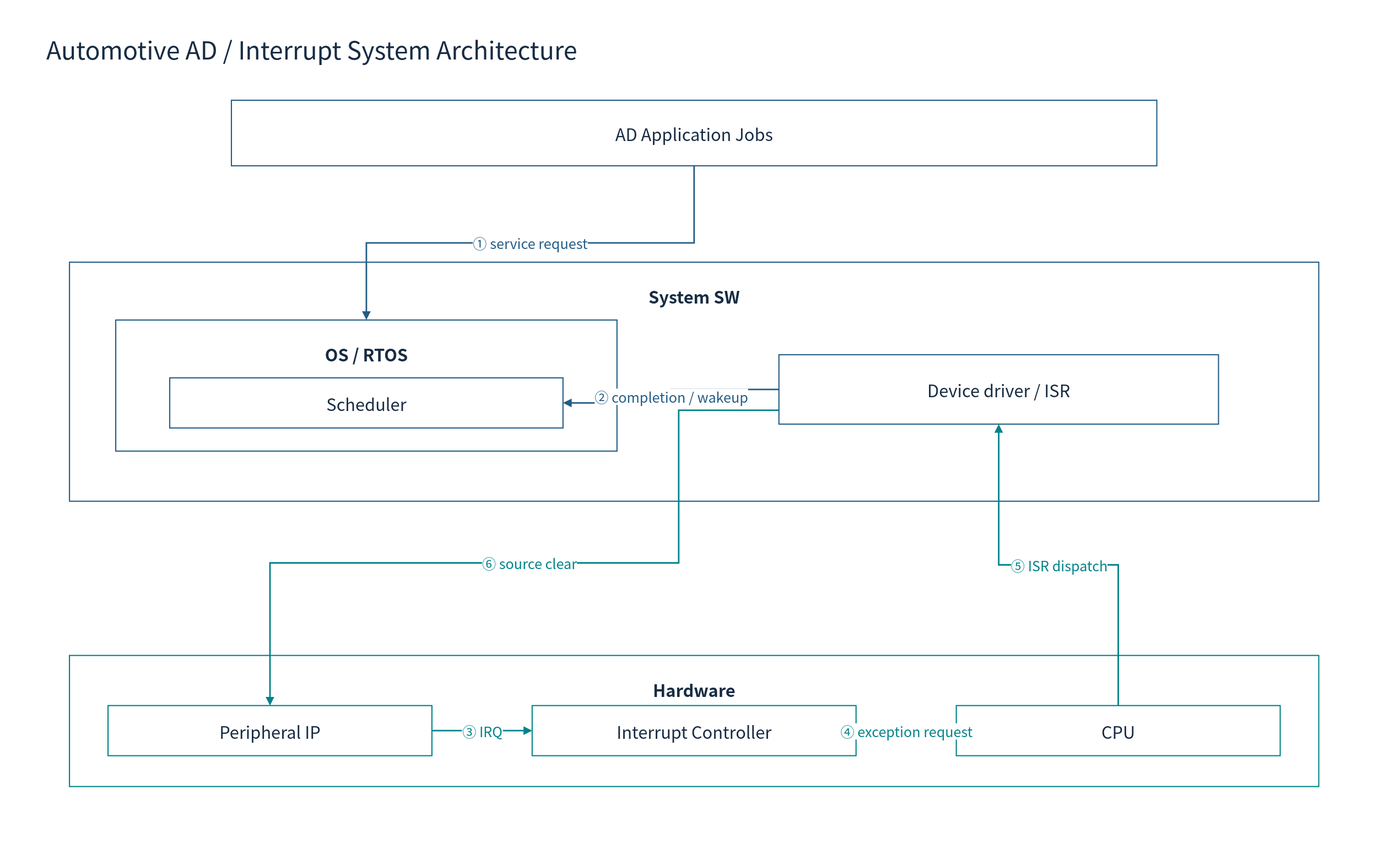
cometzero/project-apollo keeps this draw.io diagram as doc/phase1/interrupt/diagrams/00-system.drawio.svg. Above is the earlier version. Source tidied: cells renumbered, new cells last; positions are measured from the earlier drawing's top-left corner, leaving out a move shared by most shapes. The source it was exported from:
```xml
<mxGraphModel background="#FFFFFF">
  <root>
    <mxCell id="0" />
    <mxCell id="1" parent="0" />
    <mxCell id="2" style="rounded=0;whiteSpace=wrap;html=1;fillColor=#FFFFFF;strokeColor=none;strokeWidth=1.5;fontColor=#172C43;fontFamily=Noto Sans CJK KR;fontSize=22;spacing=10;" parent="1" vertex="1">
      <mxGeometry width="1800" height="1100" as="geometry" />
    </mxCell>
    <mxCell id="3" value="Automotive AD / Interrupt System Architecture" style="rounded=0;whiteSpace=wrap;html=1;fillColor=#FFFFFF;strokeColor=none;strokeWidth=1.5;fontColor=#172C43;fontFamily=Noto Sans CJK KR;fontSize=22;spacing=10;fontSize=32;align=left;" parent="1" vertex="1">
      <mxGeometry x="50" y="30" width="1700" height="65" as="geometry" />
    </mxCell>
    <mxCell id="4" value="AD Application Jobs" style="rounded=0;whiteSpace=wrap;html=1;fillColor=#FFFFFF;strokeColor=#235D86;strokeWidth=1.5;fontColor=#172C43;fontFamily=Noto Sans CJK KR;fontSize=22;spacing=10;" parent="1" vertex="1">
      <mxGeometry x="300" y="130" width="1200" height="85" as="geometry" />
    </mxCell>
    <mxCell id="5" value="System SW" style="rounded=0;whiteSpace=wrap;html=1;fillColor=#FFFFFF;strokeColor=#235D86;strokeWidth=1.5;fontColor=#172C43;fontFamily=Noto Sans CJK KR;fontSize=22;spacing=10;verticalAlign=top;fontStyle=1;spacingTop=16;" parent="1" vertex="1">
      <mxGeometry x="90" y="340" width="1620" height="310" as="geometry" />
    </mxCell>
    <mxCell id="6" value="OS / RTOS" style="rounded=0;whiteSpace=wrap;html=1;fillColor=#FFFFFF;strokeColor=#235D86;strokeWidth=1.5;fontColor=#172C43;fontFamily=Noto Sans CJK KR;fontSize=22;spacing=10;verticalAlign=top;fontStyle=1;spacingTop=16;" parent="1" vertex="1">
      <mxGeometry x="150" y="415" width="650" height="170" as="geometry" />
    </mxCell>
    <mxCell id="7" value="Scheduler" style="rounded=0;whiteSpace=wrap;html=1;fillColor=#FFFFFF;strokeColor=#235D86;strokeWidth=1.5;fontColor=#172C43;fontFamily=Noto Sans CJK KR;fontSize=22;spacing=10;" parent="1" vertex="1">
      <mxGeometry x="220" y="490" width="510" height="65" as="geometry" />
    </mxCell>
    <mxCell id="8" value="Device driver / ISR" style="rounded=0;whiteSpace=wrap;html=1;fillColor=#FFFFFF;strokeColor=#235D86;strokeWidth=1.5;fontColor=#172C43;fontFamily=Noto Sans CJK KR;fontSize=22;spacing=10;" parent="1" vertex="1">
      <mxGeometry x="1010" y="460" width="570" height="90" as="geometry" />
    </mxCell>
    <mxCell id="9" value="Hardware" style="rounded=0;whiteSpace=wrap;html=1;fillColor=#FFFFFF;strokeColor=#00838A;strokeWidth=1.5;fontColor=#172C43;fontFamily=Noto Sans CJK KR;fontSize=22;spacing=10;verticalAlign=top;fontStyle=1;spacingTop=16;" parent="1" vertex="1">
      <mxGeometry x="90" y="850" width="1620" height="170" as="geometry" />
    </mxCell>
    <mxCell id="10" value="Peripheral IP" style="rounded=0;whiteSpace=wrap;html=1;fillColor=#FFFFFF;strokeColor=#00838A;strokeWidth=1.5;fontColor=#172C43;fontFamily=Noto Sans CJK KR;fontSize=22;spacing=10;" parent="1" vertex="1">
      <mxGeometry x="140" y="915" width="420" height="65" as="geometry" />
    </mxCell>
    <mxCell id="11" value="Interrupt Controller" style="rounded=0;whiteSpace=wrap;html=1;fillColor=#FFFFFF;strokeColor=#00838A;strokeWidth=1.5;fontColor=#172C43;fontFamily=Noto Sans CJK KR;fontSize=22;spacing=10;" parent="1" vertex="1">
      <mxGeometry x="690" y="915" width="420" height="65" as="geometry" />
    </mxCell>
    <mxCell id="12" value="CPU" style="rounded=0;whiteSpace=wrap;html=1;fillColor=#FFFFFF;strokeColor=#00838A;strokeWidth=1.5;fontColor=#172C43;fontFamily=Noto Sans CJK KR;fontSize=22;spacing=10;" parent="1" vertex="1">
      <mxGeometry x="1240" y="915" width="420" height="65" as="geometry" />
    </mxCell>
    <mxCell id="13" value="① service request" style="edgeStyle=orthogonalEdgeStyle;rounded=0;html=1;endArrow=block;endFill=1;strokeWidth=2;strokeColor=#235D86;fontColor=#235D86;fontFamily=Noto Sans CJK KR;fontSize=18;labelBackgroundColor=#FFFFFF;" parent="1" edge="1" source="4" target="6">
      <mxGeometry relative="1" as="geometry" />
    </mxCell>
    <mxCell id="14" value="② completion / wakeup" style="edgeStyle=orthogonalEdgeStyle;rounded=0;html=1;endArrow=block;endFill=1;strokeWidth=2;strokeColor=#235D86;fontColor=#235D86;fontFamily=Noto Sans CJK KR;fontSize=18;labelBackgroundColor=#FFFFFF;" parent="1" edge="1" source="8" target="7">
      <mxGeometry relative="1" as="geometry" />
    </mxCell>
    <mxCell id="15" value="③ IRQ" style="edgeStyle=orthogonalEdgeStyle;rounded=0;html=1;endArrow=block;endFill=1;strokeWidth=2;strokeColor=#00838A;fontColor=#00838A;fontFamily=Noto Sans CJK KR;fontSize=18;labelBackgroundColor=#FFFFFF;" parent="1" edge="1" source="10" target="11">
      <mxGeometry relative="1" as="geometry" />
    </mxCell>
    <mxCell id="16" value="④ exception request" style="edgeStyle=orthogonalEdgeStyle;rounded=0;html=1;endArrow=block;endFill=1;strokeWidth=2;strokeColor=#00838A;fontColor=#00838A;fontFamily=Noto Sans CJK KR;fontSize=18;labelBackgroundColor=#FFFFFF;" parent="1" edge="1" source="11" target="12">
      <mxGeometry relative="1" as="geometry" />
    </mxCell>
    <mxCell id="17" value="⑤ ISR dispatch" style="edgeStyle=orthogonalEdgeStyle;rounded=0;html=1;endArrow=block;endFill=1;strokeWidth=2;strokeColor=#00838A;fontColor=#00838A;fontFamily=Noto Sans CJK KR;fontSize=18;labelBackgroundColor=#FFFFFF;" parent="1" edge="1" source="12" target="8">
      <mxGeometry relative="1" as="geometry" />
    </mxCell>
    <mxCell id="18" value="⑥ source clear" style="edgeStyle=orthogonalEdgeStyle;rounded=0;html=1;endArrow=block;endFill=1;strokeWidth=2;strokeColor=#00838A;fontColor=#00838A;fontFamily=Noto Sans CJK KR;fontSize=18;labelBackgroundColor=#FFFFFF;exitX=0;exitY=0.8;entryX=0.5;entryY=0;" parent="1" edge="1" source="8" target="10">
      <mxGeometry relative="1" as="geometry">
        <Array as="points">
          <mxPoint x="880" y="730" />
          <mxPoint x="350" y="730" />
        </Array>
      </mxGeometry>
    </mxCell>
  </root>
</mxGraphModel>
```
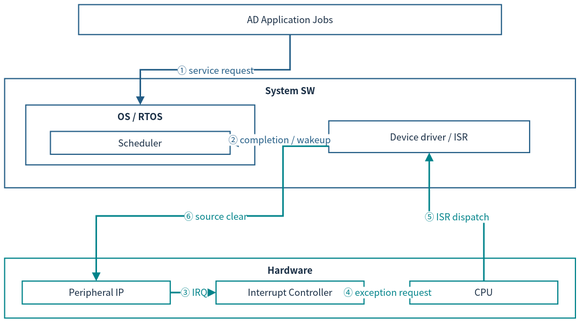
The same file after the commit.

Diff of the diagram source:
```diff
@@ -2,59 +2,53 @@
   <root>
     <mxCell id="0" />
     <mxCell id="1" parent="0" />
-    <mxCell id="2" style="rounded=0;whiteSpace=wrap;html=1;fillColor=#FFFFFF;strokeColor=none;strokeWidth=1.5;fontColor=#172C43;fontFamily=Noto Sans CJK KR;fontSize=22;spacing=10;" parent="1" vertex="1">
-      <mxGeometry width="1800" height="1100" as="geometry" />
-    </mxCell>
-    <mxCell id="3" value="Automotive AD / Interrupt System Architecture" style="rounded=0;whiteSpace=wrap;html=1;fillColor=#FFFFFF;strokeColor=none;strokeWidth=1.5;fontColor=#172C43;fontFamily=Noto Sans CJK KR;fontSize=22;spacing=10;fontSize=32;align=left;" parent="1" vertex="1">
-      <mxGeometry x="50" y="30" width="1700" height="65" as="geometry" />
-    </mxCell>
-    <mxCell id="4" value="AD Application Jobs" style="rounded=0;whiteSpace=wrap;html=1;fillColor=#FFFFFF;strokeColor=#235D86;strokeWidth=1.5;fontColor=#172C43;fontFamily=Noto Sans CJK KR;fontSize=22;spacing=10;" parent="1" vertex="1">
-      <mxGeometry x="300" y="130" width="1200" height="85" as="geometry" />
+    <mxCell id="4" value="AD Application Jobs" style="rounded=0;whiteSpace=wrap;html=1;fillColor=#FFFFFF;strokeColor=#235D86;strokeWidth=1.5;fontColor=#172C43;fontFamily=Noto Sans CJK KR;fontSize=12;spacing=3;whiteSpace=wrap;" parent="1" vertex="1">
+      <mxGeometry x="107.9" y="12" width="548.1" height="38.8" as="geometry" />
     </mxCell>
-    <mxCell id="5" value="System SW" style="rounded=0;whiteSpace=wrap;html=1;fillColor=#FFFFFF;strokeColor=#235D86;strokeWidth=1.5;fontColor=#172C43;fontFamily=Noto Sans CJK KR;fontSize=22;spacing=10;verticalAlign=top;fontStyle=1;spacingTop=16;" parent="1" vertex="1">
-      <mxGeometry x="90" y="340" width="1620" height="310" as="geometry" />
+    <mxCell id="5" value="System SW" style="rounded=0;whiteSpace=wrap;html=1;fillColor=#FFFFFF;strokeColor=#235D86;strokeWidth=1.5;fontColor=#172C43;fontFamily=Noto Sans CJK KR;verticalAlign=top;fontStyle=1;fontSize=12;spacing=3;whiteSpace=wrap;" parent="1" vertex="1">
+      <mxGeometry x="12" y="107.9" width="740" height="141.6" as="geometry" />
     </mxCell>
-    <mxCell id="6" value="OS / RTOS" style="rounded=0;whiteSpace=wrap;html=1;fillColor=#FFFFFF;strokeColor=#235D86;strokeWidth=1.5;fontColor=#172C43;fontFamily=Noto Sans CJK KR;fontSize=22;spacing=10;verticalAlign=top;fontStyle=1;spacingTop=16;" parent="1" vertex="1">
-      <mxGeometry x="150" y="415" width="650" height="170" as="geometry" />
+    <mxCell id="6" value="OS / RTOS" style="rounded=0;whiteSpace=wrap;html=1;fillColor=#FFFFFF;strokeColor=#235D86;strokeWidth=1.5;fontColor=#172C43;fontFamily=Noto Sans CJK KR;verticalAlign=top;fontStyle=1;fontSize=12;spacing=3;whiteSpace=wrap;" parent="1" vertex="1">
+      <mxGeometry x="39.4" y="142.2" width="296.9" height="77.7" as="geometry" />
     </mxCell>
-    <mxCell id="7" value="Scheduler" style="rounded=0;whiteSpace=wrap;html=1;fillColor=#FFFFFF;strokeColor=#235D86;strokeWidth=1.5;fontColor=#172C43;fontFamily=Noto Sans CJK KR;fontSize=22;spacing=10;" parent="1" vertex="1">
-      <mxGeometry x="220" y="490" width="510" height="65" as="geometry" />
+    <mxCell id="7" value="Scheduler" style="rounded=0;whiteSpace=wrap;html=1;fillColor=#FFFFFF;strokeColor=#235D86;strokeWidth=1.5;fontColor=#172C43;fontFamily=Noto Sans CJK KR;fontSize=12;spacing=3;whiteSpace=wrap;" parent="1" vertex="1">
+      <mxGeometry x="71.4" y="176.4" width="233" height="29.7" as="geometry" />
     </mxCell>
-    <mxCell id="8" value="Device driver / ISR" style="rounded=0;whiteSpace=wrap;html=1;fillColor=#FFFFFF;strokeColor=#235D86;strokeWidth=1.5;fontColor=#172C43;fontFamily=Noto Sans CJK KR;fontSize=22;spacing=10;" parent="1" vertex="1">
-      <mxGeometry x="1010" y="460" width="570" height="90" as="geometry" />
+    <mxCell id="8" value="Device driver / ISR" style="rounded=0;whiteSpace=wrap;html=1;fillColor=#FFFFFF;strokeColor=#235D86;strokeWidth=1.5;fontColor=#172C43;fontFamily=Noto Sans CJK KR;fontSize=12;spacing=3;whiteSpace=wrap;" parent="1" vertex="1">
+      <mxGeometry x="432.2" y="162.7" width="260.4" height="41.1" as="geometry" />
     </mxCell>
-    <mxCell id="9" value="Hardware" style="rounded=0;whiteSpace=wrap;html=1;fillColor=#FFFFFF;strokeColor=#00838A;strokeWidth=1.5;fontColor=#172C43;fontFamily=Noto Sans CJK KR;fontSize=22;spacing=10;verticalAlign=top;fontStyle=1;spacingTop=16;" parent="1" vertex="1">
-      <mxGeometry x="90" y="850" width="1620" height="170" as="geometry" />
+    <mxCell id="9" value="Hardware" style="rounded=0;whiteSpace=wrap;html=1;fillColor=#FFFFFF;strokeColor=#00838A;strokeWidth=1.5;fontColor=#172C43;fontFamily=Noto Sans CJK KR;verticalAlign=top;fontStyle=1;fontSize=12;spacing=3;whiteSpace=wrap;" parent="1" vertex="1">
+      <mxGeometry x="12" y="340.9" width="740" height="77.7" as="geometry" />
     </mxCell>
-    <mxCell id="10" value="Peripheral IP" style="rounded=0;whiteSpace=wrap;html=1;fillColor=#FFFFFF;strokeColor=#00838A;strokeWidth=1.5;fontColor=#172C43;fontFamily=Noto Sans CJK KR;fontSize=22;spacing=10;" parent="1" vertex="1">
-      <mxGeometry x="140" y="915" width="420" height="65" as="geometry" />
+    <mxCell id="10" value="Peripheral IP" style="rounded=0;whiteSpace=wrap;html=1;fillColor=#FFFFFF;strokeColor=#00838A;strokeWidth=1.5;fontColor=#172C43;fontFamily=Noto Sans CJK KR;fontSize=12;spacing=3;whiteSpace=wrap;" parent="1" vertex="1">
+      <mxGeometry x="34.8" y="370.6" width="191.8" height="29.7" as="geometry" />
     </mxCell>
-    <mxCell id="11" value="Interrupt Controller" style="rounded=0;whiteSpace=wrap;html=1;fillColor=#FFFFFF;strokeColor=#00838A;strokeWidth=1.5;fontColor=#172C43;fontFamily=Noto Sans CJK KR;fontSize=22;spacing=10;" parent="1" vertex="1">
-      <mxGeometry x="690" y="915" width="420" height="65" as="geometry" />
+    <mxCell id="11" value="Interrupt Controller" style="rounded=0;whiteSpace=wrap;html=1;fillColor=#FFFFFF;strokeColor=#00838A;strokeWidth=1.5;fontColor=#172C43;fontFamily=Noto Sans CJK KR;fontSize=12;spacing=3;whiteSpace=wrap;" parent="1" vertex="1">
+      <mxGeometry x="286.1" y="370.6" width="191.8" height="29.7" as="geometry" />
     </mxCell>
-    <mxCell id="12" value="CPU" style="rounded=0;whiteSpace=wrap;html=1;fillColor=#FFFFFF;strokeColor=#00838A;strokeWidth=1.5;fontColor=#172C43;fontFamily=Noto Sans CJK KR;fontSize=22;spacing=10;" parent="1" vertex="1">
-      <mxGeometry x="1240" y="915" width="420" height="65" as="geometry" />
+    <mxCell id="12" value="CPU" style="rounded=0;whiteSpace=wrap;html=1;fillColor=#FFFFFF;strokeColor=#00838A;strokeWidth=1.5;fontColor=#172C43;fontFamily=Noto Sans CJK KR;fontSize=12;spacing=3;whiteSpace=wrap;" parent="1" vertex="1">
+      <mxGeometry x="537.3" y="370.6" width="191.8" height="29.7" as="geometry" />
     </mxCell>
-    <mxCell id="13" value="① service request" style="edgeStyle=orthogonalEdgeStyle;rounded=0;html=1;endArrow=block;endFill=1;strokeWidth=2;strokeColor=#235D86;fontColor=#235D86;fontFamily=Noto Sans CJK KR;fontSize=18;labelBackgroundColor=#FFFFFF;" parent="1" edge="1" source="4" target="6">
+    <mxCell id="13" value="① service request" style="edgeStyle=orthogonalEdgeStyle;rounded=0;html=1;endArrow=block;endFill=1;strokeWidth=2;strokeColor=#235D86;fontColor=#235D86;fontFamily=Noto Sans CJK KR;labelBackgroundColor=#FFFFFF;fontSize=12;spacing=3;whiteSpace=nowrap;" parent="1" edge="1" source="4" target="6">
       <mxGeometry relative="1" as="geometry" />
     </mxCell>
-    <mxCell id="14" value="② completion / wakeup" style="edgeStyle=orthogonalEdgeStyle;rounded=0;html=1;endArrow=block;endFill=1;strokeWidth=2;strokeColor=#235D86;fontColor=#235D86;fontFamily=Noto Sans CJK KR;fontSize=18;labelBackgroundColor=#FFFFFF;" parent="1" edge="1" source="8" target="7">
+    <mxCell id="14" value="② completion / wakeup" style="edgeStyle=orthogonalEdgeStyle;rounded=0;html=1;endArrow=block;endFill=1;strokeWidth=2;strokeColor=#235D86;fontColor=#235D86;fontFamily=Noto Sans CJK KR;labelBackgroundColor=#FFFFFF;fontSize=12;spacing=3;whiteSpace=nowrap;" parent="1" edge="1" source="8" target="7">
       <mxGeometry relative="1" as="geometry" />
     </mxCell>
-    <mxCell id="15" value="③ IRQ" style="edgeStyle=orthogonalEdgeStyle;rounded=0;html=1;endArrow=block;endFill=1;strokeWidth=2;strokeColor=#00838A;fontColor=#00838A;fontFamily=Noto Sans CJK KR;fontSize=18;labelBackgroundColor=#FFFFFF;" parent="1" edge="1" source="10" target="11">
+    <mxCell id="15" value="③ IRQ" style="edgeStyle=orthogonalEdgeStyle;rounded=0;html=1;endArrow=block;endFill=1;strokeWidth=2;strokeColor=#00838A;fontColor=#00838A;fontFamily=Noto Sans CJK KR;labelBackgroundColor=#FFFFFF;fontSize=12;spacing=3;whiteSpace=nowrap;" parent="1" edge="1" source="10" target="11">
       <mxGeometry relative="1" as="geometry" />
     </mxCell>
-    <mxCell id="16" value="④ exception request" style="edgeStyle=orthogonalEdgeStyle;rounded=0;html=1;endArrow=block;endFill=1;strokeWidth=2;strokeColor=#00838A;fontColor=#00838A;fontFamily=Noto Sans CJK KR;fontSize=18;labelBackgroundColor=#FFFFFF;" parent="1" edge="1" source="11" target="12">
+    <mxCell id="16" value="④ exception request" style="edgeStyle=orthogonalEdgeStyle;rounded=0;html=1;endArrow=block;endFill=1;strokeWidth=2;strokeColor=#00838A;fontColor=#00838A;fontFamily=Noto Sans CJK KR;labelBackgroundColor=#FFFFFF;fontSize=12;spacing=3;whiteSpace=nowrap;" parent="1" edge="1" source="11" target="12">
       <mxGeometry relative="1" as="geometry" />
     </mxCell>
-    <mxCell id="17" value="⑤ ISR dispatch" style="edgeStyle=orthogonalEdgeStyle;rounded=0;html=1;endArrow=block;endFill=1;strokeWidth=2;strokeColor=#00838A;fontColor=#00838A;fontFamily=Noto Sans CJK KR;fontSize=18;labelBackgroundColor=#FFFFFF;" parent="1" edge="1" source="12" target="8">
+    <mxCell id="17" value="⑤ ISR dispatch" style="edgeStyle=orthogonalEdgeStyle;rounded=0;html=1;endArrow=block;endFill=1;strokeWidth=2;strokeColor=#00838A;fontColor=#00838A;fontFamily=Noto Sans CJK KR;labelBackgroundColor=#FFFFFF;fontSize=12;spacing=3;whiteSpace=nowrap;" parent="1" edge="1" source="12" target="8">
       <mxGeometry relative="1" as="geometry" />
     </mxCell>
-    <mxCell id="18" value="⑥ source clear" style="edgeStyle=orthogonalEdgeStyle;rounded=0;html=1;endArrow=block;endFill=1;strokeWidth=2;strokeColor=#00838A;fontColor=#00838A;fontFamily=Noto Sans CJK KR;fontSize=18;labelBackgroundColor=#FFFFFF;exitX=0;exitY=0.8;entryX=0.5;entryY=0;" parent="1" edge="1" source="8" target="10">
+    <mxCell id="18" value="⑥ source clear" style="edgeStyle=orthogonalEdgeStyle;rounded=0;html=1;endArrow=block;endFill=1;strokeWidth=2;strokeColor=#00838A;fontColor=#00838A;fontFamily=Noto Sans CJK KR;labelBackgroundColor=#FFFFFF;exitX=0;exitY=0.8;entryX=0.5;entryY=0;fontSize=12;spacing=3;whiteSpace=nowrap;" parent="1" edge="1" source="8" target="10">
       <mxGeometry relative="1" as="geometry">
         <Array as="points">
-          <mxPoint x="880" y="730" />
-          <mxPoint x="350" y="730" />
+          <mxPoint x="372.9" y="286.1" />
+          <mxPoint x="130.8" y="286.1" />
         </Array>
       </mxGeometry>
     </mxCell>
```
